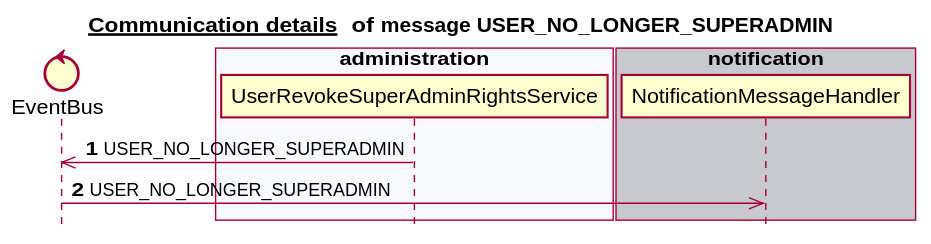
mercedes-benz/sechub keeps this PlantUML diagram as docs/latest/images/gen_domain_messaging_user_no_longer_superadmin.svg. Above is the earlier version.
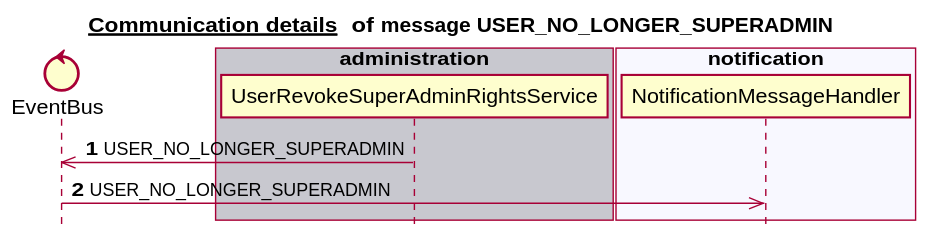
After the commit.

What changed in the source:
```diff
@@ -6,17 +6,17 @@
 
 
 control EventBus
-box "scan" #C8C8CF
+box "schedule" #C8C8CF
 end box
-box "schedule" #F8F8FF
+box "scan" #F8F8FF
+end box
+box "administration" #C8C8CF
+   participant UserRevokeSuperAdminRightsService
+end box
+box "notification" #F8F8FF
+   participant NotificationMessageHandler
 end box
 box "authorization" #C8C8CF
-end box
-box "administration" #F8F8FF
-   participant UserRevokeSuperAdminRightsService
-end box
-box "notification" #C8C8CF
-   participant NotificationMessageHandler
 end box
 autonumber 1
 UserRevokeSuperAdminRightsService ->> EventBus:USER_NO_LONGER_SUPERADMIN
```
